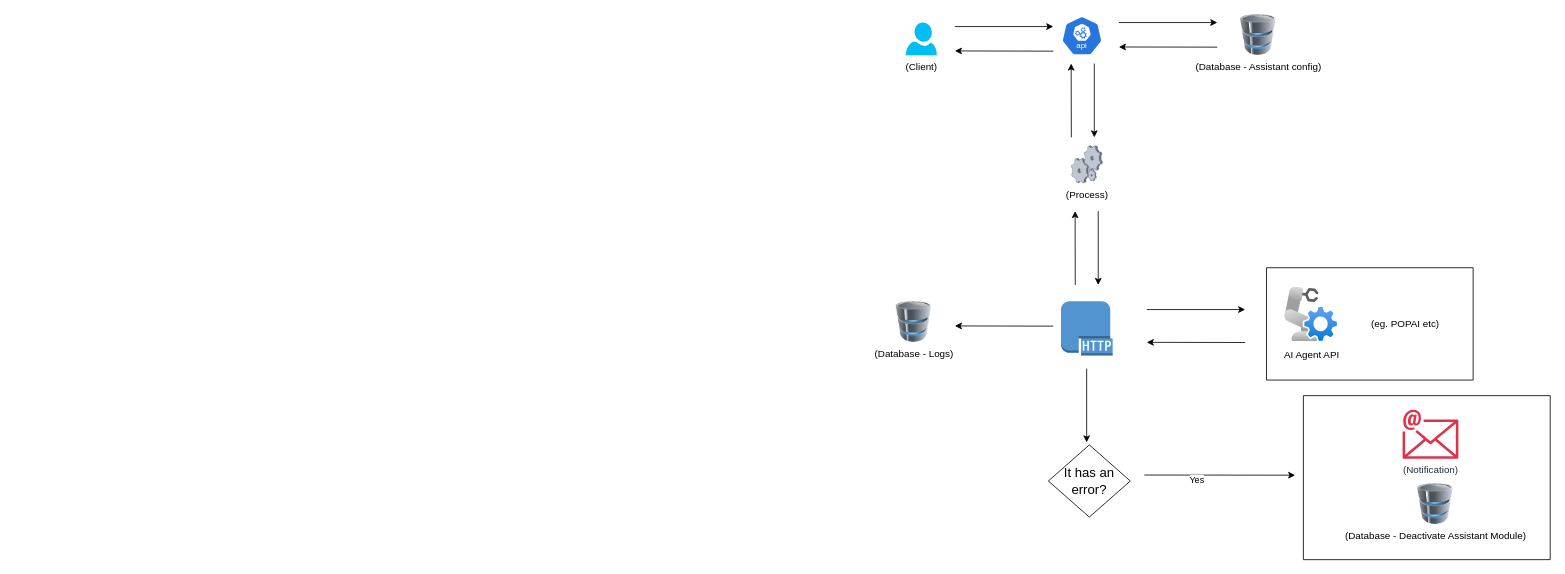
Above: Assistant_Module.drawio in jonreygalera/diagram (draw.io), before the change. Source tidied: cells renumbered, new cells numbered last; positions are measured from the earlier drawing's top-left corner, leaving out a move shared by most shapes. Both pictures are drawn from the tidied source at 82%, with x=0, y=0 at pixel (881, 14).
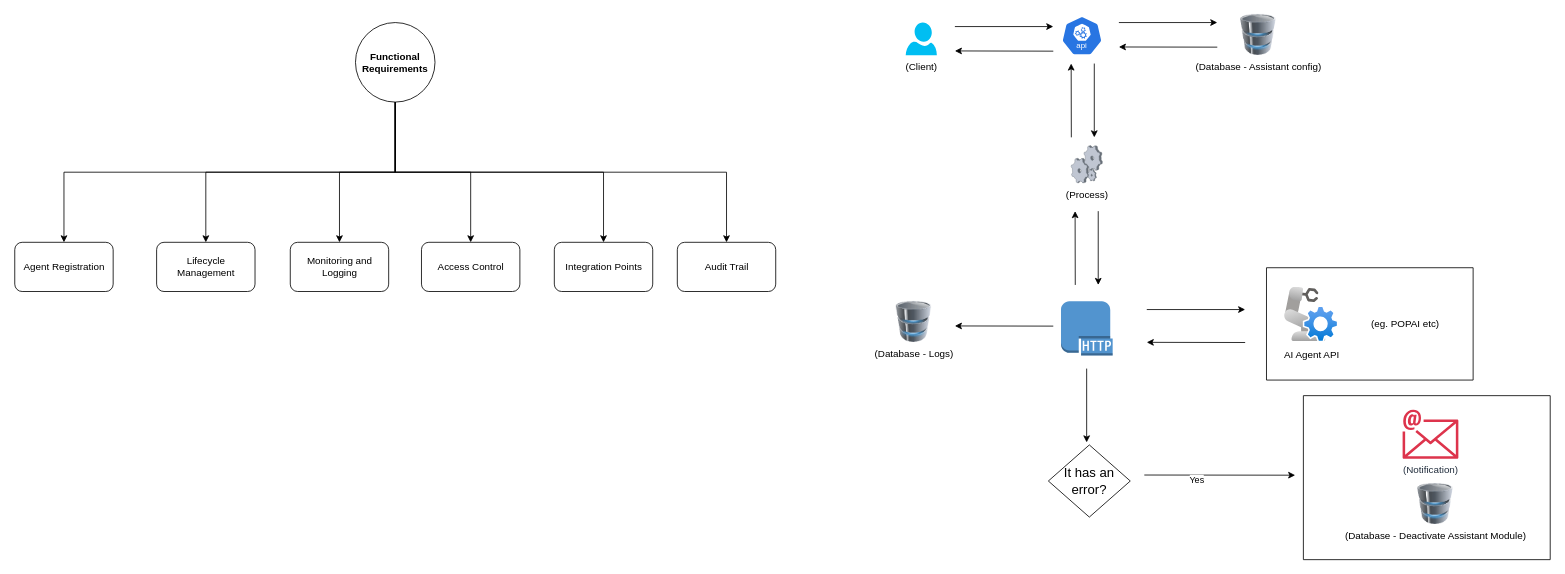
Above is the later version.

The edit, as a diff of the source:
```diff
@@
+    <mxCell id="29" style="edgeStyle=orthogonalEdgeStyle;rounded=0;jettySize=auto;html=1;exitX=0.5;exitY=1;exitDx=0;exitDy=0;entryX=0.5;entryY=0;entryDx=0;entryDy=0;" parent="1" edge="1" source="35" target="36">
+      <mxGeometry relative="1" as="geometry" />
+    </mxCell>
+    <mxCell id="30" style="edgeStyle=orthogonalEdgeStyle;rounded=0;jettySize=auto;html=1;exitX=0.5;exitY=1;exitDx=0;exitDy=0;entryX=0.5;entryY=0;entryDx=0;entryDy=0;" parent="1" edge="1" source="35" target="37">
+      <mxGeometry relative="1" as="geometry" />
+    </mxCell>
+    <mxCell id="31" style="edgeStyle=orthogonalEdgeStyle;rounded=0;jettySize=auto;html=1;exitX=0.5;exitY=1;exitDx=0;exitDy=0;entryX=0.5;entryY=0;entryDx=0;entryDy=0;" parent="1" edge="1" source="35" target="38">
+      <mxGeometry relative="1" as="geometry" />
+    </mxCell>
+    <mxCell id="32" style="edgeStyle=orthogonalEdgeStyle;rounded=0;jettySize=auto;html=1;exitX=0.5;exitY=1;exitDx=0;exitDy=0;" parent="1" edge="1" source="35" target="39">
+      <mxGeometry relative="1" as="geometry" />
+    </mxCell>
+    <mxCell id="33" style="edgeStyle=orthogonalEdgeStyle;rounded=0;jettySize=auto;html=1;exitX=0.5;exitY=1;exitDx=0;exitDy=0;entryX=0.5;entryY=0;entryDx=0;entryDy=0;" parent="1" edge="1" source="35" target="40">
+      <mxGeometry relative="1" as="geometry" />
+    </mxCell>
+    <mxCell id="34" style="edgeStyle=orthogonalEdgeStyle;rounded=0;jettySize=auto;html=1;exitX=0.5;exitY=1;exitDx=0;exitDy=0;" parent="1" edge="1" source="35" target="41">
+      <mxGeometry relative="1" as="geometry" />
+    </mxCell>
+    <mxCell id="35" value="&lt;font style=&quot;color: light-dark(rgb(0, 0, 0), rgb(0, 0, 0));&quot;&gt;&lt;b&gt;Functional Requirements&lt;/b&gt;&lt;/font&gt;" style="ellipse;whiteSpace=wrap;html=1;fillColor=light-dark(#FFFFFF,#FF8000);" parent="1" vertex="1">
+      <mxGeometry x="-641" y="10" width="97" height="97" as="geometry" />
+    </mxCell>
+    <mxCell id="36" value="Agent Registration" style="rounded=1;whiteSpace=wrap;html=1;" parent="1" vertex="1">
+      <mxGeometry x="-1056.5" y="278" width="120" height="60" as="geometry" />
+    </mxCell>
+    <mxCell id="37" value="Lifecycle Management" style="rounded=1;whiteSpace=wrap;html=1;" parent="1" vertex="1">
+      <mxGeometry x="-883.5" y="278" width="120" height="60" as="geometry" />
+    </mxCell>
+    <mxCell id="38" value=" Monitoring and Logging" style="rounded=1;whiteSpace=wrap;html=1;" parent="1" vertex="1">
+      <mxGeometry x="-720.5" y="278" width="120" height="60" as="geometry" />
+    </mxCell>
+    <mxCell id="39" value=" Access Control" style="rounded=1;whiteSpace=wrap;html=1;" parent="1" vertex="1">
+      <mxGeometry x="-560.5" y="278" width="120" height="60" as="geometry" />
+    </mxCell>
+    <mxCell id="40" value=" Integration Points" style="rounded=1;whiteSpace=wrap;html=1;" parent="1" vertex="1">
+      <mxGeometry x="-398.5" y="278" width="120" height="60" as="geometry" />
+    </mxCell>
+    <mxCell id="41" value=" Audit Trail" style="rounded=1;whiteSpace=wrap;html=1;" parent="1" vertex="1">
+      <mxGeometry x="-248.5" y="278" width="120" height="60" as="geometry" />
+    </mxCell>
```
